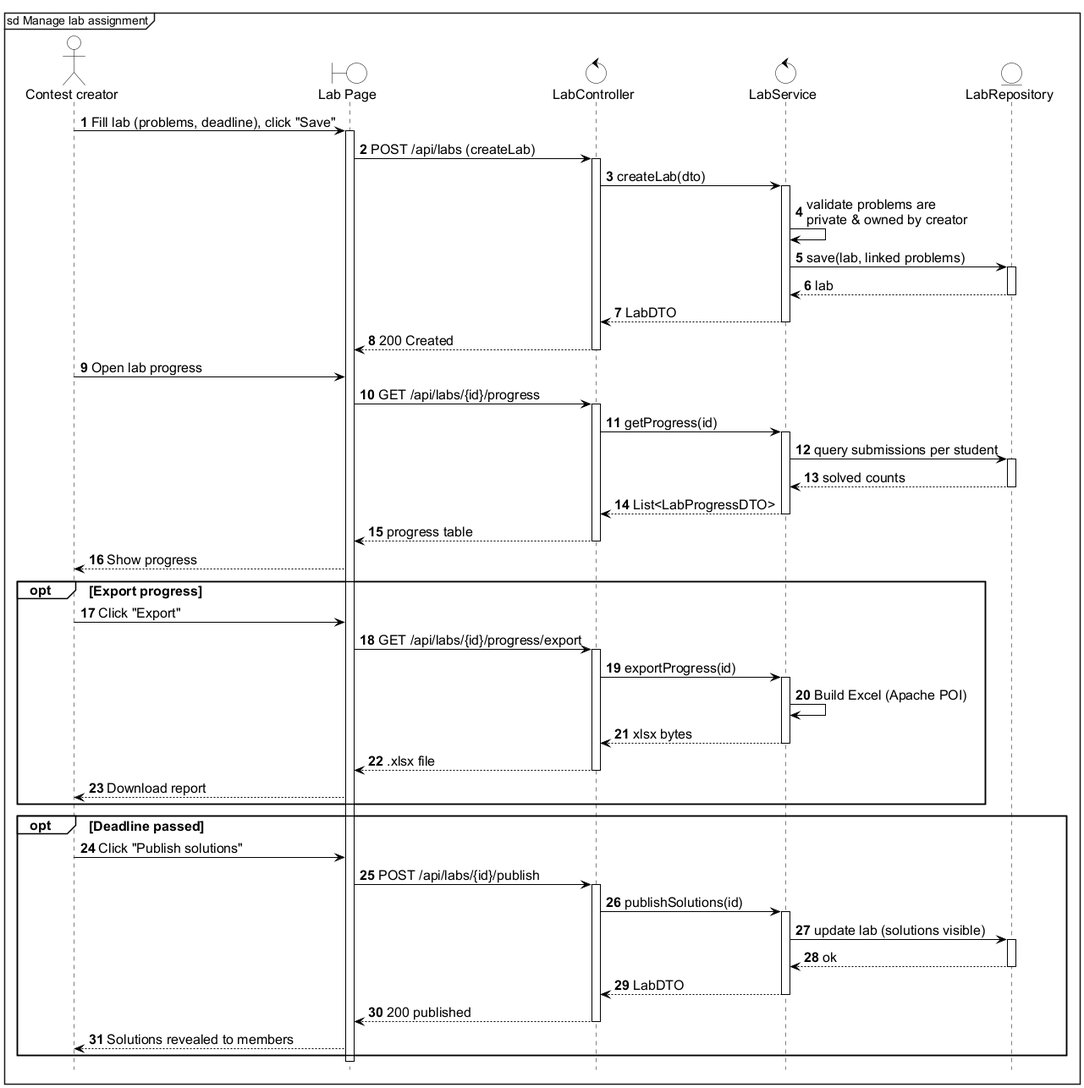
This is Thesis/final/figures/seq-manage-lab.png from InfiniteGosi/TDTUOJ, a PlantUML export, as it was before one commit.
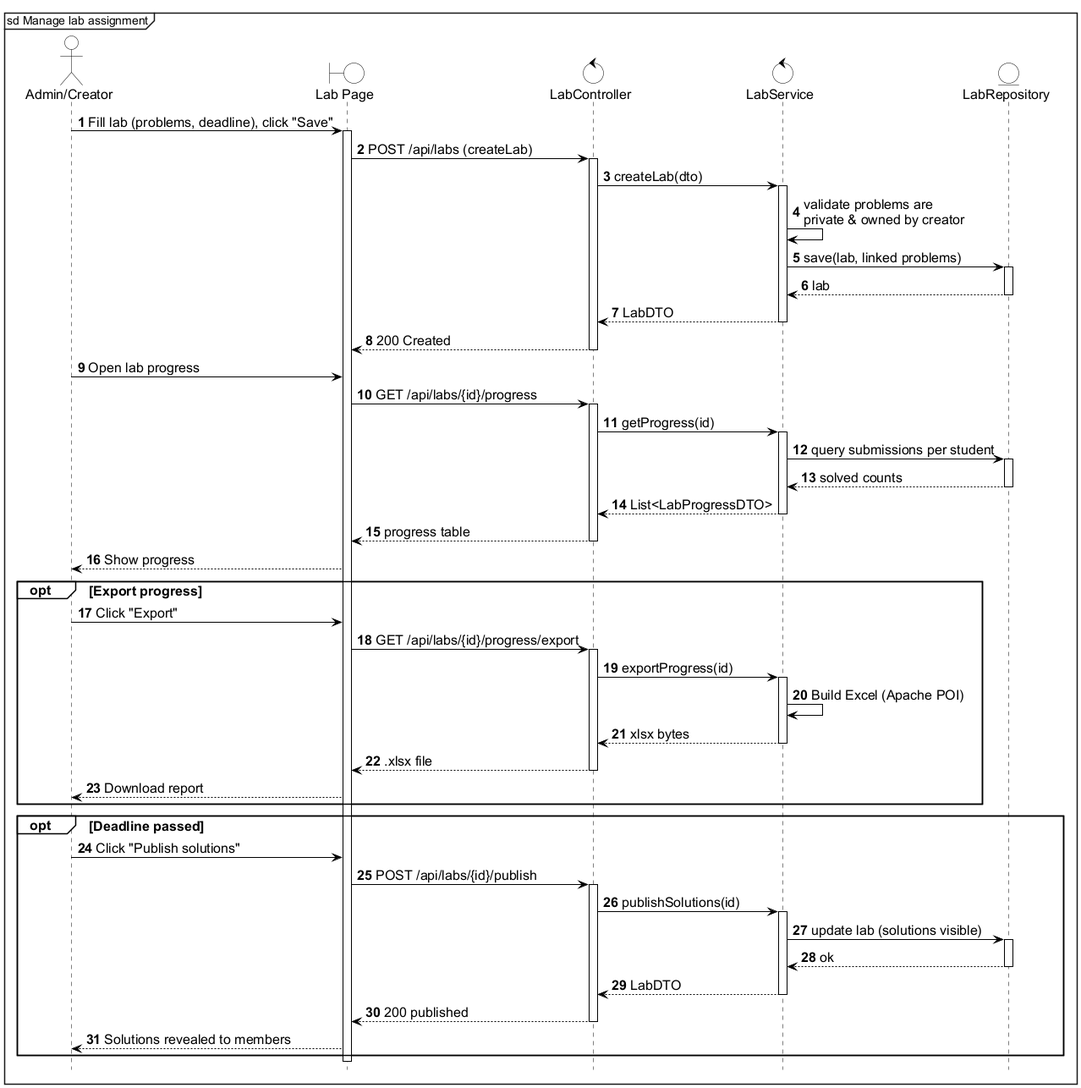
The same diagram one commit later.

What changed in the source:
```diff
@@ -21,7 +21,7 @@
 
 autonumber
 
-actor "Contest creator" as U
+actor "Admin/Creator" as U
 boundary "Lab Page" as UI
 control "LabController" as C
 control "LabService" as S
```
